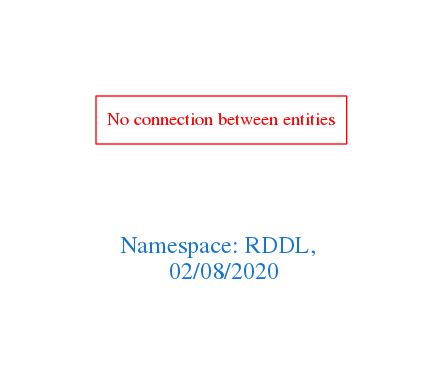
The Graphviz diagram downloads/RDDL.png in arago/OGIT, before a commit. Its source is kept beside it as downloads/RDDL.dot.
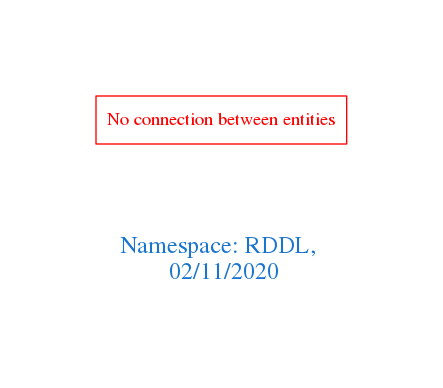
The same file after the commit.

The edit, as a diff of the source:
```diff
@@ -1,7 +1,7 @@
 digraph OGIT_ontology {
  graph [ rankdir= LR,pad=1
 fontsize = 18,
-fontcolor= dodgerblue3,label = "\n\n\nNamespace: RDDL, \n 02/08/2020"];
+fontcolor= dodgerblue3,label = "\n\n\nNamespace: RDDL, \n 02/11/2020"];
 node[shape=polygon];
 edge [  color="gray81"];
 
```
